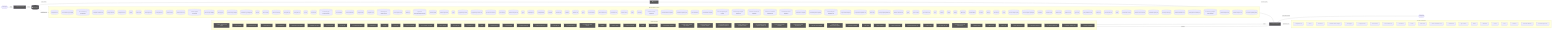
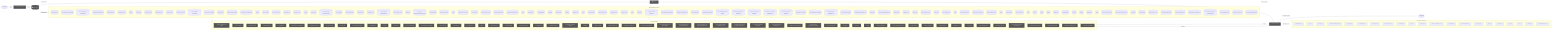
flowchart LR
  UserQ(["👤 User Query"])
  Embed["📐 Embedding Model"]
  VecDB[("📚 Vector Store")]
  Retriever["🔍 Retriever"]
  LLMNode["🧠 LLM / Generator"]
  Output(["✅ Response"])
  UserQ -->|query| Embed
  Embed -->|vector| VecDB
  VecDB -->|top-k chunks| Retriever
  Retriever -->|context + query| LLMNode
  LLMNode -->|generated answer| Output
  subgraph DetectedMemory["Detected memory stores"]
    det_detectedmemory_cli_dispatch_test_54c9f17b[("cli-dispatch.test")]
    det_detectedmemory_run_local_memory_preflight_36e92808[("run-local-memory-preflight")]
    det_detectedmemory_run_local_memory_preflight_test_1d7c5aa0[("run-local-memory-preflight.test")]
    det_detectedmemory_pr_template_validator_test_569b1cef[("pr-template-validator.test")]
    det_detectedmemory_tooling_audit_test_d2aee28c[("tooling-audit.test")]
    det_detectedmemory_tooling_audit_core_328d6a41[("tooling-audit-core")]
    det_detectedmemory_search_24193290[("search")]
    det_detectedmemory_search_test_0c66bc11[("search.test")]
    det_detectedmemory_review_gate_test_000e2ed6[("review-gate.test")]
    det_detectedmemory_review_gate_core_4c8001f9[("review-gate-core")]
    det_detectedmemory_review_context_ca6cf81d[("review-context")]
    det_detectedmemory_review_context_test_89806d6c[("review-context.test")]
    det_detectedmemory_refresh_diagram_context_test_03bf21c4[("refresh-diagram-context.test")]
    det_detectedmemory_pattern_scope_siblings_43abe000[("pattern-scope-siblings")]
    det_detectedmemory_memory_gate_a577a506[("memory-gate")]
    det_detectedmemory_local_memory_preflight_dcc36c42[("local-memory-preflight")]
    det_detectedmemory_local_memory_preflight_test_5e323bbf[("local-memory-preflight.test")]
    det_detectedmemory_init_test_cbba76a6[("init.test")]
    det_detectedmemory_index_context_de3ed39d[("index-context")]
    det_detectedmemory_index_context_test_1949ea6f[("index-context.test")]
    det_detectedmemory_docs_gate_test_a25e972f[("docs-gate.test")]
    det_detectedmemory_docs_gate_core_eb9b6c18[("docs-gate-core")]
    det_detectedmemory_context_ea7792a2[("context")]
    det_detectedmemory_context_test_57aad306[("context.test")]
    det_detectedmemory_context_integrity_acceptance_test_59f961b1[("context-integrity-acceptance.test")]
    det_detectedmemory_context_health_80bb7da9[("context-health")]
    det_detectedmemory_context_health_test_3b5b87f3[("context-health.test")]
    det_detectedmemory_ci_migrate_test_2a015bb9[("ci-migrate.test")]
    det_detectedmemory_ci_migrate_core_7005b5af[("ci-migrate-core")]
    det_detectedmemory_check_diagram_freshness_test_c1dc40aa[("check-diagram-freshness.test")]
    det_detectedmemory_branch_protect_core_a8feb0fd[("branch-protect-core")]
    det_detectedmemory_brain_test_428d4d67[("brain.test")]
    det_detectedmemory_agent_first_throughput_integration_test_dc677cc4[("agent-first-throughput.integration.test")]
    det_detectedmemory_overload_guard_2748c559[("overload-guard")]
    det_detectedmemory_overload_guard_test_6ece9f86[("overload-guard.test")]
-     det_detectedmemory_types_3_9675d69b[("types")]
-     det_detectedmemory_suggestion_generator_0956f794[("suggestion-generator")]
-     det_detectedmemory_suggestion_generator_test_f68e9892[("suggestion-generator.test")]
+     det_detectedmemory_types_2_d9bc6e7a[("types")]
    det_detectedmemory_performance_overload_c685bfcf[("performance-overload")]
    det_detectedmemory_local_memory_0db17ecc[("local-memory")]
    det_detectedmemory_local_memory_smoke_1175abfc[("local-memory-smoke")]
-     det_detectedmemory_types_8_f6283648[("types")]
+     det_detectedmemory_suggestion_generator_0956f794[("suggestion-generator")]
+     det_detectedmemory_suggestion_generator_test_f68e9892[("suggestion-generator.test")]
+     det_detectedmemory_types_7_2f1ed65e[("types")]
    det_detectedmemory_claim_helpers_20dc8387[("claim-helpers")]
    det_detectedmemory_tooling_baseline_50ab2eeb[("tooling-baseline")]
    det_detectedmemory_classifier_fe1991a9[("classifier")]
    det_detectedmemory_classifier_test_3859cceb[("classifier.test")]
    det_detectedmemory_validator_1_0c0621d8[("validator")]
    det_detectedmemory_validator_test_1_c5015ca0[("validator.test")]
-     det_detectedmemory_types_12_2b09659a[("types")]
+     det_detectedmemory_types_11_4be3ee64[("types")]
    det_detectedmemory_metrics_tracker_98cec29c[("metrics-tracker")]
    det_detectedmemory_metrics_tracker_test_3de156fa[("metrics-tracker.test")]
    det_detectedmemory_branch_enforcer_acb749cd[("branch-enforcer")]
    det_detectedmemory_review_context_1_e3afed15[("review-context")]
    det_detectedmemory_index_2_10143590[("index")]
    det_detectedmemory_eval_seed_5699fd3e[("eval-seed")]
    det_detectedmemory_workflow_contract_scripts_test_681e2e3c[("workflow-contract-scripts.test")]
    det_detectedmemory_scaffold_workflow_template_92310587[("scaffold-workflow-template")]
    det_detectedmemory_scaffold_template_registry_b1cce2aa[("scaffold-template-registry")]
    det_detectedmemory_scaffold_surfaces_12d6494e[("scaffold-surfaces")]
    det_detectedmemory_scaffold_shell_templates_0ad0f915[("scaffold-shell-templates")]
    det_detectedmemory_scaffold_script_template_registry_69312d4e[("scaffold-script-template-registry")]
    det_detectedmemory_scaffold_script_template_registry_test_6a8ebefe[("scaffold-script-template-registry.test")]
    det_detectedmemory_scaffold_root_command_templates_404fed7f[("scaffold-root-command-templates")]
    det_detectedmemory_scaffold_root_command_templates_test_14596939[("scaffold-root-command-templates.test")]
    det_detectedmemory_scaffold_environment_templates_c1ceba6a[("scaffold-environment-templates")]
    det_detectedmemory_scaffold_doc_templates_f6152330[("scaffold-doc-templates")]
    det_detectedmemory_scaffold_diagram_templates_dd88e83c[("scaffold-diagram-templates")]
    det_detectedmemory_scaffold_diagram_templates_test_f3774c28[("scaffold-diagram-templates.test")]
    det_detectedmemory_project_brain_templates_7ef51530[("project-brain-templates")]
    det_detectedmemory_project_brain_templates_test_0b6509f2[("project-brain-templates.test")]
    det_detectedmemory_init_modes_c05ceb07[("init-modes")]
    det_detectedmemory_codex_preflight_symlink_test_037558db[("codex-preflight-symlink.test")]
+     det_detectedmemory_validator_test_5_2bb3219d[("validator.test")]
+     det_detectedmemory_validator_core_1_1518647e[("validator-core")]
+     det_detectedmemory_types_core_1_8bd0f8fd[("types-core")]
+     det_detectedmemory_policy_validators_core_714a3fe7[("policy-validators-core")]
+     det_detectedmemory_loader_test_03424671[("loader.test")]
+     det_detectedmemory_json_schema_core_96d7e328[("json-schema-core")]
+     det_detectedmemory_index_5_522f772a[("index")]
+     det_detectedmemory_harness_run_context_ac7c77a9[("harness-run-context")]
+     det_detectedmemory_harness_run_context_test_c6937fed[("harness-run-context.test")]
    det_detectedmemory_harness_decision_test_7e5a4fe5[("harness-decision.test")]
-     det_detectedmemory_types_18_37582e2a[("types")]
+     det_detectedmemory_types_19_eb4ad5f0[("types")]
    det_detectedmemory_sync_contract_c79fa191[("sync-contract")]
    det_detectedmemory_sync_contract_test_5dc3165c[("sync-contract.test")]
    det_detectedmemory_store_824d80d7[("store")]
    det_detectedmemory_sources_1_e133d97d[("sources")]
    det_detectedmemory_rollout_a4fa034c[("rollout")]
    det_detectedmemory_ollama_76e3c7bf[("ollama")]
    det_detectedmemory_ollama_test_71f9750e[("ollama.test")]
    det_detectedmemory_lexical_fallback_723e2b3e[("lexical-fallback")]
    det_detectedmemory_init_error_5c7dd49f[("init-error")]
    det_detectedmemory_indexer_70fa78e5[("indexer")]
    det_detectedmemory_indexer_test_d492f0aa[("indexer.test")]
-     det_detectedmemory_index_5_522f772a[("index")]
+     det_detectedmemory_index_6_fc9e91e2[("index")]
    det_detectedmemory_context_compact_policy_3dcaf95d[("context-compact-policy")]
    det_detectedmemory_context_compact_policy_test_da148267[("context-compact-policy.test")]
    det_detectedmemory_constants_7517017f[("constants")]
    det_detectedmemory_constants_test_5492ae98[("constants.test")]
-     det_detectedmemory_validator_test_5_2bb3219d[("validator.test")]
-     det_detectedmemory_validator_core_1_1518647e[("validator-core")]
-     det_detectedmemory_types_core_1_8bd0f8fd[("types-core")]
-     det_detectedmemory_policy_validators_core_714a3fe7[("policy-validators-core")]
-     det_detectedmemory_loader_test_03424671[("loader.test")]
-     det_detectedmemory_json_schema_core_96d7e328[("json-schema-core")]
-     det_detectedmemory_index_6_fc9e91e2[("index")]
-     det_detectedmemory_harness_run_context_ac7c77a9[("harness-run-context")]
-     det_detectedmemory_harness_run_context_test_c6937fed[("harness-run-context.test")]
-     det_detectedmemory_command_registry_test_0cf92cba[("command-registry.test")]
    det_detectedmemory_branch_protect_sync_570adb18[("branch-protect-sync")]
    det_detectedmemory_module_boundaries_test_c0caf46b[("module-boundaries.test")]
+     det_detectedmemory_command_registry_test_0cf92cba[("command-registry.test")]
    det_detectedmemory_review_gate_command_spec_3187376a[("review-gate-command-spec")]
    det_detectedmemory_local_memory_preflight_command_spec_9e23f3ce[("local-memory-preflight-command-spec")]
    det_detectedmemory_command_specs_test_7f693e85[("command-specs.test")]
    det_detectedmemory_command_specs_core_1c0ffc99[("command-specs-core")]
    det_detectedmemory_command_capability_rules_ca3f496a[("command-capability-rules")]
  end
  VecDB -. "implemented by" .-> DetectedMemory
  subgraph DetectedLLM["Detected LLM clients"]
    det_detectedllm_cli_dispatch_test_54c9f17b["cli-dispatch.test"]
    det_detectedllm_search_24193290["search"]
    det_detectedllm_search_test_0c66bc11["search.test"]
    det_detectedllm_remediate_runner_helpers_929fedcc["remediate-runner-helpers"]
    det_detectedllm_prompt_gate_c5e9d207["prompt-gate"]
    det_detectedllm_prompt_gate_test_1a442b27["prompt-gate.test"]
    det_detectedllm_index_context_de3ed39d["index-context"]
    det_detectedllm_index_context_test_1949ea6f["index-context.test"]
    det_detectedllm_contract_test_2262847f["contract.test"]
    det_detectedllm_context_ea7792a2["context"]
    det_detectedllm_context_test_57aad306["context.test"]
    det_detectedllm_check_environment_core_2c16213f["check-environment-core"]
    det_detectedllm_sensitive_text_7c11f760["sensitive-text"]
+     det_detectedllm_north_star_validators_cfc926ce["north-star-validators"]
    det_detectedllm_sync_contract_c79fa191["sync-contract"]
    det_detectedllm_ollama_76e3c7bf["ollama"]
    det_detectedllm_ollama_test_71f9750e["ollama.test"]
    det_detectedllm_indexer_70fa78e5["indexer"]
-     det_detectedllm_index_5_522f772a["index"]
+     det_detectedllm_index_6_fc9e91e2["index"]
    det_detectedllm_constants_7517017f["constants"]
-     det_detectedllm_north_star_validators_cfc926ce["north-star-validators"]
    det_detectedllm_command_specs_core_1c0ffc99["command-specs-core"]
  end
  LLMNode -. "implemented by" .-> DetectedLLM
  subgraph DetectedTools["Agentic tool calls"]
    det_detectedtools_collect_observed_eval_usage_1724425c["🔧 collect-observed-eval-usage"]
    det_detectedtools_verify_work_test_0e12f6c5["🔧 verify-work.test"]
    det_detectedtools_review_gate_test_000e2ed6["🔧 review-gate.test"]
    det_detectedtools_review_gate_core_4c8001f9["🔧 review-gate-core"]
    det_detectedtools_remediate_test_6f59cafe["🔧 remediate.test"]
    det_detectedtools_remediate_runner_helpers_929fedcc["🔧 remediate-runner-helpers"]
    det_detectedtools_remediate_cli_output_cc165396["🔧 remediate-cli-output"]
    det_detectedtools_pr_closeout_test_1_be1a0df1["🔧 pr-closeout.test"]
    det_detectedtools_policy_gate_213f7313["🔧 policy-gate"]
    det_detectedtools_next_blocked_decisions_4140ad2b["🔧 next-blocked-decisions"]
    det_detectedtools_learnings_test_e45e0253["🔧 learnings.test"]
    det_detectedtools_init_test_cbba76a6["🔧 init.test"]
    det_detectedtools_doctor_test_e032e8b5["🔧 doctor.test"]
    det_detectedtools_doctor_tool_checks_4acac51a["🔧 doctor-tool-checks"]
    det_detectedtools_doctor_github_tool_checks_a53b0382["🔧 doctor-github-tool-checks"]
    det_detectedtools_doctor_checks_5a2eb2b9["🔧 doctor-checks"]
    det_detectedtools_docs_gate_test_a25e972f["🔧 docs-gate.test"]
    det_detectedtools_ci_migrate_core_7005b5af["🔧 ci-migrate-core"]
-     det_detectedtools_types_1_4ecdf56e["🔧 types"]
+     det_detectedtools_types_4_822d0f88["🔧 types"]
    det_detectedtools_orchestrator_test_1_c291cde7["🔧 orchestrator.test"]
    det_detectedtools_tooling_baseline_50ab2eeb["🔧 tooling-baseline"]
    det_detectedtools_tooling_baseline_test_d272ddb6["🔧 tooling-baseline.test"]
-     det_detectedtools_evaluation_engine_core_e054fe49["🔧 evaluation-engine-core"]
    det_detectedtools_normalise_test_73e8a615["🔧 normalise.test"]
    det_detectedtools_normalise_renderer_85f2e563["🔧 normalise-renderer"]
    det_detectedtools_normalise_he_phase_exit_test_1788efc4["🔧 normalise-he-phase-exit.test"]
    det_detectedtools_validator_1_0c0621d8["🔧 validator"]
    det_detectedtools_metrics_tracker_98cec29c["🔧 metrics-tracker"]
    det_detectedtools_metrics_tracker_test_3de156fa["🔧 metrics-tracker.test"]
-     det_detectedtools_client_1_914e1681["🔧 client"]
-     det_detectedtools_pr_creator_dc6b1ea4["🔧 pr-creator"]
+     det_detectedtools_evaluation_engine_core_e054fe49["🔧 evaluation-engine-core"]
    det_detectedtools_scaffold_shell_quality_test_79567d03["🔧 scaffold-shell-quality.test"]
    det_detectedtools_scaffold_release_private_npm_template_075499f8["🔧 scaffold-release-private-npm-template"]
    det_detectedtools_scaffold_github_actions_pr_pipeline_template_e2b85f62["🔧 scaffold-github-actions-pr-pipeline-template"]
    det_detectedtools_scaffold_github_actions_pr_pipeline_template_test_be464a7b["🔧 scaffold-github-actions-pr-pipeline-template.test"]
    det_detectedtools_scaffold_github_actions_pr_pipeline_renderer_1ee18de5["🔧 scaffold-github-actions-pr-pipeline-renderer"]
    det_detectedtools_scaffold_github_actions_pr_pipeline_renderer_test_2cc38272["🔧 scaffold-github-actions-pr-pipeline-renderer.test"]
    det_detectedtools_scaffold_environment_templates_c1ceba6a["🔧 scaffold-environment-templates"]
    det_detectedtools_scaffold_environment_templates_test_b31b6a0c["🔧 scaffold-environment-templates.test"]
    det_detectedtools_scaffold_config_templates_4b80ce53["🔧 scaffold-config-templates"]
    det_detectedtools_scaffold_codex_environment_templates_334fbbed["🔧 scaffold-codex-environment-templates"]
    det_detectedtools_scaffold_ci_templates_2afd6392["🔧 scaffold-ci-templates"]
    det_detectedtools_init_output_360dce91["🔧 init-output"]
-     det_detectedtools_closure_evidence_aaa31467["🔧 closure-evidence"]
+     det_detectedtools_pr_creator_dc6b1ea4["🔧 pr-creator"]
+     det_detectedtools_client_1_914e1681["🔧 client"]
    det_detectedtools_observed_skill_usage_ed7d5930["🔧 observed-skill-usage"]
    det_detectedtools_observed_skill_usage_test_311c215a["🔧 observed-skill-usage.test"]
    det_detectedtools_ralph_runtime_73d63c0e["🔧 ralph-runtime"]
-     det_detectedtools_he_phase_exit_core_1148895b["🔧 he-phase-exit-core"]
-     det_detectedtools_harness_closeout_gate_contracts_test_db1c74a7["🔧 harness-closeout-gate-contracts.test"]
+     det_detectedtools_closure_evidence_aaa31467["🔧 closure-evidence"]
    det_detectedtools_validator_helpers_7b927667["🔧 validator-helpers"]
    det_detectedtools_validator_core_1_1518647e["🔧 validator-core"]
    det_detectedtools_types_core_1_8bd0f8fd["🔧 types-core"]
    det_detectedtools_policy_validators_core_714a3fe7["🔧 policy-validators-core"]
+     det_detectedtools_he_phase_exit_core_1148895b["🔧 he-phase-exit-core"]
+     det_detectedtools_harness_closeout_gate_contracts_test_db1c74a7["🔧 harness-closeout-gate-contracts.test"]
+     det_detectedtools_module_boundaries_test_c0caf46b["🔧 module-boundaries.test"]
    det_detectedtools_command_registry_test_0cf92cba["🔧 command-registry.test"]
-     det_detectedtools_module_boundaries_test_c0caf46b["🔧 module-boundaries.test"]
    det_detectedtools_command_capability_rules_ca3f496a["🔧 command-capability-rules"]
    det_detectedtools_command_capabilities_a4d5c71e["🔧 command-capabilities"]
  end
  LLMNode -->|tool use| DetectedTools
  DetectedTools -->|result| LLMNode
  classDef memNode fill:#555,color:#fff
  class VecDB,Retriever memNode
  classDef llmNode fill:#555,color:#fff
  class LLMNode,Embed llmNode
  classDef toolNode fill:#555,color:#fff
-   class det_detectedtools_collect_observed_eval_usage_1724425c,det_detectedtools_verify_work_test_0e12f6c5,det_detectedtools_review_gate_test_000e2ed6,det_detectedtools_review_gate_core_4c8001f9,det_detectedtools_remediate_test_6f59cafe,det_detectedtools_remediate_runner_helpers_929fedcc,det_detectedtools_remediate_cli_output_cc165396,det_detectedtools_pr_closeout_test_1_be1a0df1,det_detectedtools_policy_gate_213f7313,det_detectedtools_next_blocked_decisions_4140ad2b,det_detectedtools_learnings_test_e45e0253,det_detectedtools_init_test_cbba76a6,det_detectedtools_doctor_test_e032e8b5,det_detectedtools_doctor_tool_checks_4acac51a,det_detectedtools_doctor_github_tool_checks_a53b0382,det_detectedtools_doctor_checks_5a2eb2b9,det_detectedtools_docs_gate_test_a25e972f,det_detectedtools_ci_migrate_core_7005b5af,det_detectedtools_types_1_4ecdf56e,det_detectedtools_orchestrator_test_1_c291cde7,det_detectedtools_tooling_baseline_50ab2eeb,det_detectedtools_tooling_baseline_test_d272ddb6,det_detectedtools_evaluation_engine_core_e054fe49,det_detectedtools_normalise_test_73e8a615,det_detectedtools_normalise_renderer_85f2e563,det_detectedtools_normalise_he_phase_exit_test_1788efc4,det_detectedtools_validator_1_0c0621d8,det_detectedtools_metrics_tracker_98cec29c,det_detectedtools_metrics_tracker_test_3de156fa,det_detectedtools_client_1_914e1681,det_detectedtools_pr_creator_dc6b1ea4,det_detectedtools_scaffold_shell_quality_test_79567d03,det_detectedtools_scaffold_release_private_npm_template_075499f8,det_detectedtools_scaffold_github_actions_pr_pipeline_template_e2b85f62,det_detectedtools_scaffold_github_actions_pr_pipeline_template_test_be464a7b,det_detectedtools_scaffold_github_actions_pr_pipeline_renderer_1ee18de5,det_detectedtools_scaffold_github_actions_pr_pipeline_renderer_test_2cc38272,det_detectedtools_scaffold_environment_templates_c1ceba6a,det_detectedtools_scaffold_environment_templates_test_b31b6a0c,det_detectedtools_scaffold_config_templates_4b80ce53,det_detectedtools_scaffold_codex_environment_templates_334fbbed,det_detectedtools_scaffold_ci_templates_2afd6392,det_detectedtools_init_output_360dce91,det_detectedtools_closure_evidence_aaa31467,det_detectedtools_observed_skill_usage_ed7d5930,det_detectedtools_observed_skill_usage_test_311c215a,det_detectedtools_ralph_runtime_73d63c0e,det_detectedtools_he_phase_exit_core_1148895b,det_detectedtools_harness_closeout_gate_contracts_test_db1c74a7,det_detectedtools_validator_helpers_7b927667,det_detectedtools_validator_core_1_1518647e,det_detectedtools_types_core_1_8bd0f8fd,det_detectedtools_policy_validators_core_714a3fe7,det_detectedtools_command_registry_test_0cf92cba,det_detectedtools_module_boundaries_test_c0caf46b,det_detectedtools_command_capability_rules_ca3f496a,det_detectedtools_command_capabilities_a4d5c71e toolNode
+   class det_detectedtools_collect_observed_eval_usage_1724425c,det_detectedtools_verify_work_test_0e12f6c5,det_detectedtools_review_gate_test_000e2ed6,det_detectedtools_review_gate_core_4c8001f9,det_detectedtools_remediate_test_6f59cafe,det_detectedtools_remediate_runner_helpers_929fedcc,det_detectedtools_remediate_cli_output_cc165396,det_detectedtools_pr_closeout_test_1_be1a0df1,det_detectedtools_policy_gate_213f7313,det_detectedtools_next_blocked_decisions_4140ad2b,det_detectedtools_learnings_test_e45e0253,det_detectedtools_init_test_cbba76a6,det_detectedtools_doctor_test_e032e8b5,det_detectedtools_doctor_tool_checks_4acac51a,det_detectedtools_doctor_github_tool_checks_a53b0382,det_detectedtools_doctor_checks_5a2eb2b9,det_detectedtools_docs_gate_test_a25e972f,det_detectedtools_ci_migrate_core_7005b5af,det_detectedtools_types_4_822d0f88,det_detectedtools_orchestrator_test_1_c291cde7,det_detectedtools_tooling_baseline_50ab2eeb,det_detectedtools_tooling_baseline_test_d272ddb6,det_detectedtools_normalise_test_73e8a615,det_detectedtools_normalise_renderer_85f2e563,det_detectedtools_normalise_he_phase_exit_test_1788efc4,det_detectedtools_validator_1_0c0621d8,det_detectedtools_metrics_tracker_98cec29c,det_detectedtools_metrics_tracker_test_3de156fa,det_detectedtools_evaluation_engine_core_e054fe49,det_detectedtools_scaffold_shell_quality_test_79567d03,det_detectedtools_scaffold_release_private_npm_template_075499f8,det_detectedtools_scaffold_github_actions_pr_pipeline_template_e2b85f62,det_detectedtools_scaffold_github_actions_pr_pipeline_template_test_be464a7b,det_detectedtools_scaffold_github_actions_pr_pipeline_renderer_1ee18de5,det_detectedtools_scaffold_github_actions_pr_pipeline_renderer_test_2cc38272,det_detectedtools_scaffold_environment_templates_c1ceba6a,det_detectedtools_scaffold_environment_templates_test_b31b6a0c,det_detectedtools_scaffold_config_templates_4b80ce53,det_detectedtools_scaffold_codex_environment_templates_334fbbed,det_detectedtools_scaffold_ci_templates_2afd6392,det_detectedtools_init_output_360dce91,det_detectedtools_pr_creator_dc6b1ea4,det_detectedtools_client_1_914e1681,det_detectedtools_observed_skill_usage_ed7d5930,det_detectedtools_observed_skill_usage_test_311c215a,det_detectedtools_ralph_runtime_73d63c0e,det_detectedtools_closure_evidence_aaa31467,det_detectedtools_validator_helpers_7b927667,det_detectedtools_validator_core_1_1518647e,det_detectedtools_types_core_1_8bd0f8fd,det_detectedtools_policy_validators_core_714a3fe7,det_detectedtools_he_phase_exit_core_1148895b,det_detectedtools_harness_closeout_gate_contracts_test_db1c74a7,det_detectedtools_module_boundaries_test_c0caf46b,det_detectedtools_command_registry_test_0cf92cba,det_detectedtools_command_capability_rules_ca3f496a,det_detectedtools_command_capabilities_a4d5c71e toolNode
